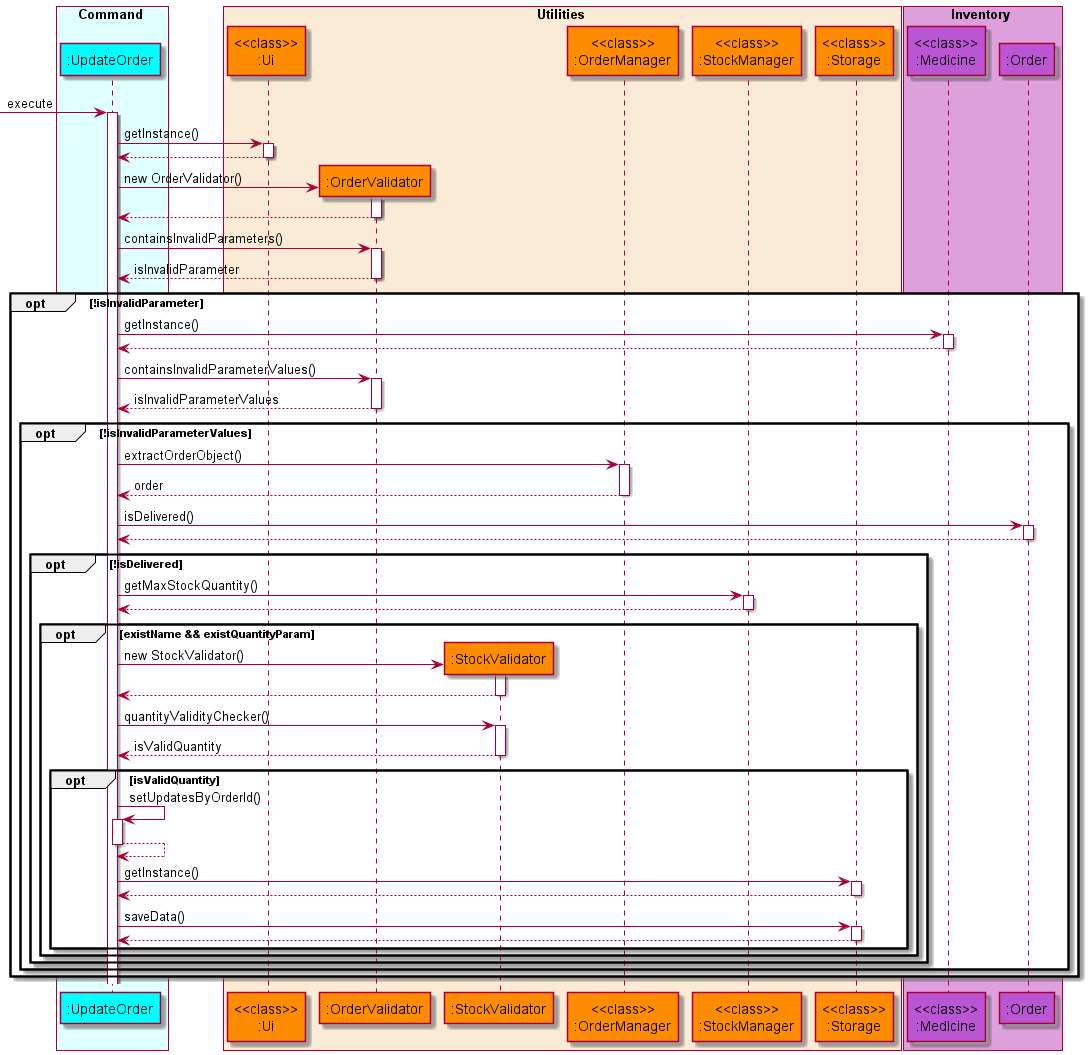
Above: docs/diagrams/diagram_images/UpdateOrderSequenceDiagram.png in nus-cs2113-AY2122S1/tp (PlantUML), before the change.
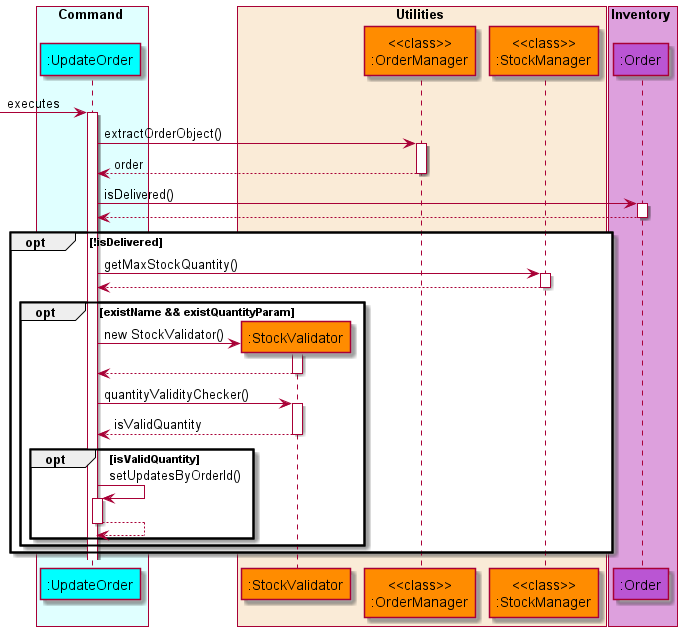
After the change.

Commit message:
Modify sequence diagram to remove initial parameter validity check

What changed in the source:
```diff
@@ -7,61 +7,34 @@
 end box
 
 box Utilities COLOR_UTILITIES_BOX
-    participant "<<class>>\n:Ui" as ui COLOR_UTILITIES
-    participant ":OrderValidator" as ordervalidator COLOR_UTILITIES
     participant ":StockValidator" as stockvalidator COLOR_UTILITIES
     participant "<<class>>\n:OrderManager" as ordermanager COLOR_UTILITIES
     participant "<<class>>\n:StockManager" as stockmanager COLOR_UTILITIES
-    participant "<<class>>\n:Storage" as storage COLOR_UTILITIES
 end box
 
 box Inventory COLOR_INVENTORY_BOX
-    participant "<<class>>\n:Medicine" as medicine COLOR_INVENTORY
     participant ":Order" as order COLOR_INVENTORY
 end box
 
 autoactivate on
 
--> updateorder: execute
-    updateorder -> ui: getInstance()
-    updateorder <-- ui
-    create ordervalidator
-    updateorder -> ordervalidator: new OrderValidator()
-    updateorder <-- ordervalidator
-
-    updateorder -> ordervalidator: containsInvalidParameters()
-    updateorder <-- ordervalidator: isInvalidParameter
-
-    opt !isInvalidParameter
-        updateorder -> medicine: getInstance()
-        updateorder <-- medicine
-        updateorder -> ordervalidator: containsInvalidParameterValues()
-        updateorder <-- ordervalidator: isInvalidParameterValues
-
-        opt !isInvalidParameterValues
-
-            updateorder -> ordermanager: extractOrderObject()
-            updateorder <-- ordermanager: order
-            updateorder -> order: isDelivered()
-            updateorder <-- order
-            opt !isDelivered
-                updateorder -> stockmanager: getMaxStockQuantity()
-                updateorder <-- stockmanager
-                opt existName && existQuantityParam
-                    create stockvalidator
-                    updateorder -> stockvalidator: new StockValidator()
-                    updateorder <-- stockvalidator
-                    updateorder -> stockvalidator: quantityValidityChecker()
-                    updateorder <-- stockvalidator: isValidQuantity
-                    opt isValidQuantity
-                        updateorder -> updateorder: setUpdatesByOrderId()
-                        updateorder --> updateorder
-                        updateorder -> storage: getInstance()
-                        updateorder <-- storage
-                        updateorder -> storage: saveData()
-                        updateorder <-- storage
-                    end
-                end
+-> updateorder: executes
+    updateorder -> ordermanager: extractOrderObject()
+    updateorder <-- ordermanager: order
+    updateorder -> order: isDelivered()
+    updateorder <-- order
+    opt !isDelivered
+        updateorder -> stockmanager: getMaxStockQuantity()
+        updateorder <-- stockmanager
+        opt existName && existQuantityParam
+            create stockvalidator
+            updateorder -> stockvalidator: new StockValidator()
+            updateorder <-- stockvalidator
+            updateorder -> stockvalidator: quantityValidityChecker()
+            updateorder <-- stockvalidator: isValidQuantity
+            opt isValidQuantity
+                updateorder -> updateorder: setUpdatesByOrderId()
+                updateorder --> updateorder
             end
         end
     end
```
